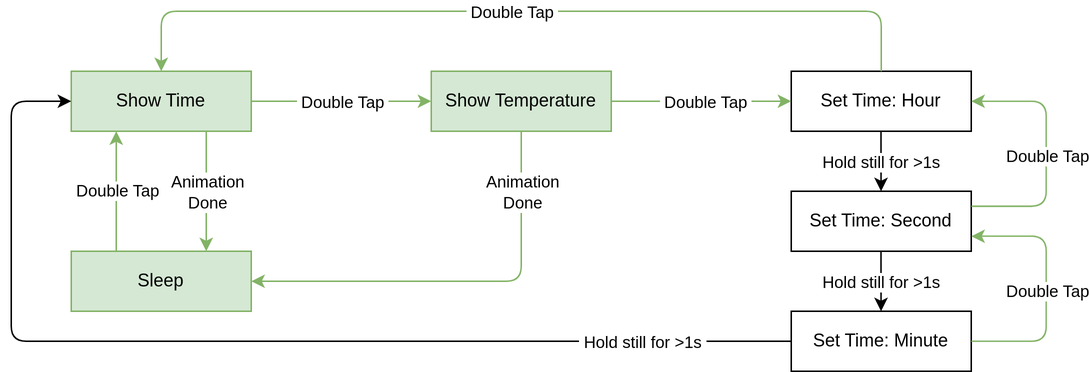
The draw.io diagram software/notes/states.png in kantholz44mm/led_watch, before a commit. Source tidied: cells renumbered, new cells last; positions are measured from the earlier drawing's top-left corner, leaving out a move shared by most shapes.
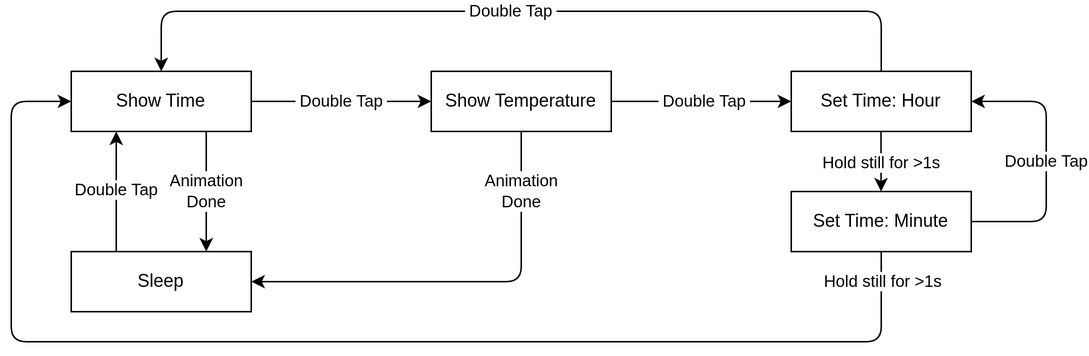
The same diagram one commit later.

The edit, as a diff of the source:
```diff
@@ -2,22 +2,19 @@
   <root>
     <mxCell id="0" />
     <mxCell id="1" parent="0" />
-    <mxCell id="2" value="Sleep" style="rounded=0;whiteSpace=wrap;html=1;fillColor=#d5e8d4;strokeColor=#82b366;" parent="1" vertex="1">
+    <mxCell id="2" value="Sleep" style="rounded=0;whiteSpace=wrap;html=1;" parent="1" vertex="1">
       <mxGeometry x="40" y="160" width="120" height="40" as="geometry" />
     </mxCell>
-    <mxCell id="3" value="Show Time" style="rounded=0;whiteSpace=wrap;html=1;fillColor=#d5e8d4;strokeColor=#82b366;" parent="1" vertex="1">
+    <mxCell id="3" value="Show Time" style="rounded=0;whiteSpace=wrap;html=1;" parent="1" vertex="1">
       <mxGeometry x="40" y="40" width="120" height="40" as="geometry" />
     </mxCell>
     <mxCell id="4" value="Set Time: Hour" style="rounded=0;whiteSpace=wrap;html=1;" parent="1" vertex="1">
       <mxGeometry x="520" y="40" width="120" height="40" as="geometry" />
     </mxCell>
     <mxCell id="5" value="Set Time: Minute" style="rounded=0;whiteSpace=wrap;html=1;" parent="1" vertex="1">
-      <mxGeometry x="520" y="200" width="120" height="40" as="geometry" />
+      <mxGeometry x="520" y="120" width="120" height="40" as="geometry" />
     </mxCell>
-    <mxCell id="6" value="Set Time: Second" style="rounded=0;whiteSpace=wrap;html=1;" parent="1" vertex="1">
-      <mxGeometry x="520" y="120" width="120" height="40" as="geometry" />
-    </mxCell>
-    <mxCell id="7" style="endArrow=classic;html=1;exitX=0.5;exitY=0;exitDx=0;exitDy=0;entryX=0.5;entryY=1;entryDx=0;entryDy=0;fillColor=#d5e8d4;strokeColor=#82b366;" parent="1" edge="1">
+    <mxCell id="7" style="endArrow=classic;html=1;exitX=0.5;exitY=0;exitDx=0;exitDy=0;entryX=0.5;entryY=1;entryDx=0;entryDy=0;" parent="1" edge="1">
       <mxGeometry relative="1" as="geometry">
         <mxPoint x="70" y="160" as="sourcePoint" />
         <mxPoint x="70" y="80" as="targetPoint" />
@@ -26,7 +23,7 @@
     <mxCell id="8" value="Double Tap" style="edgeLabel;html=1;align=center;verticalAlign=middle;" parent="7" vertex="1">
       <mxGeometry x="0.03" relative="1" as="geometry" />
     </mxCell>
-    <mxCell id="9" style="endArrow=classic;html=1;exitX=1;exitY=0.5;exitDx=0;exitDy=0;entryX=0;entryY=0.5;entryDx=0;entryDy=0;fillColor=#d5e8d4;strokeColor=#82b366;" parent="1" edge="1" source="21" target="4">
+    <mxCell id="9" style="endArrow=classic;html=1;exitX=1;exitY=0.5;exitDx=0;exitDy=0;entryX=0;entryY=0.5;entryDx=0;entryDy=0;" parent="1" edge="1" source="21" target="4">
       <mxGeometry relative="1" as="geometry" />
     </mxCell>
     <mxCell id="10" value="&amp;nbsp;Double Tap&amp;nbsp;" style="edgeLabel;html=1;align=center;verticalAlign=middle;" parent="9" vertex="1">
@@ -41,10 +38,10 @@
     <mxCell id="12" value="Hold still for &amp;gt;1s" style="edgeLabel;html=1;align=center;verticalAlign=middle;" parent="11" vertex="1">
       <mxGeometry x="0.03" relative="1" as="geometry" />
     </mxCell>
-    <mxCell id="13" style="endArrow=classic;html=1;entryX=1;entryY=0.5;entryDx=0;entryDy=0;rounded=1;curved=0;exitX=1;exitY=0.25;exitDx=0;exitDy=0;fillColor=#d5e8d4;strokeColor=#82b366;" parent="1" edge="1" source="6" target="4">
+    <mxCell id="13" style="endArrow=classic;html=1;entryX=1;entryY=0.5;entryDx=0;entryDy=0;rounded=1;curved=0;exitX=1;exitY=0.5;exitDx=0;exitDy=0;" parent="1" edge="1" source="5" target="4">
       <mxGeometry relative="1" as="geometry">
         <Array as="points">
-          <mxPoint x="690" y="130" />
+          <mxPoint x="690" y="140" />
           <mxPoint x="690" y="60" />
         </Array>
       </mxGeometry>
@@ -54,16 +51,7 @@
         <mxPoint x="9" y="23" as="offset" />
       </mxGeometry>
     </mxCell>
-    <mxCell id="15" style="endArrow=classic;html=1;exitX=1;exitY=0.5;exitDx=0;exitDy=0;entryX=0.667;entryY=0;entryDx=0;entryDy=0;entryPerimeter=0;" parent="1" edge="1">
-      <mxGeometry relative="1" as="geometry">
-        <mxPoint x="579.8" y="160" as="sourcePoint" />
-        <mxPoint x="579.9" y="200" as="targetPoint" />
-      </mxGeometry>
-    </mxCell>
-    <mxCell id="16" value="Hold still for &amp;gt;1s" style="edgeLabel;html=1;align=center;verticalAlign=middle;" parent="15" vertex="1">
-      <mxGeometry x="0.03" relative="1" as="geometry" />
-    </mxCell>
-    <mxCell id="17" style="endArrow=classic;html=1;rounded=1;curved=0;exitX=0.5;exitY=0;exitDx=0;exitDy=0;entryX=0.5;entryY=0;entryDx=0;entryDy=0;fillColor=#d5e8d4;strokeColor=#82b366;" parent="1" edge="1" source="4" target="3">
+    <mxCell id="17" style="endArrow=classic;html=1;rounded=1;curved=0;exitX=0.5;exitY=0;exitDx=0;exitDy=0;entryX=0.5;entryY=0;entryDx=0;entryDy=0;" parent="1" edge="1" source="4" target="3">
       <mxGeometry relative="1" as="geometry">
         <Array as="points">
           <mxPoint x="580" />
@@ -76,7 +64,7 @@
         <mxPoint x="66" y="-9" as="offset" />
       </mxGeometry>
     </mxCell>
-    <mxCell id="19" style="endArrow=classic;html=1;exitX=1;exitY=0.5;exitDx=0;exitDy=0;entryX=0;entryY=0.5;entryDx=0;entryDy=0;fillColor=#d5e8d4;strokeColor=#82b366;" parent="1" edge="1" source="3" target="21">
+    <mxCell id="19" style="endArrow=classic;html=1;exitX=1;exitY=0.5;exitDx=0;exitDy=0;entryX=0;entryY=0.5;entryDx=0;entryDy=0;" parent="1" edge="1" source="3" target="21">
       <mxGeometry relative="1" as="geometry" />
     </mxCell>
     <mxCell id="20" value="&amp;nbsp;Double Tap&amp;nbsp;" style="edgeLabel;html=1;align=center;verticalAlign=middle;" parent="19" vertex="1">
@@ -84,10 +72,10 @@
         <mxPoint x="-2" as="offset" />
       </mxGeometry>
     </mxCell>
-    <mxCell id="21" value="Show Temperature" style="rounded=0;whiteSpace=wrap;html=1;fillColor=#d5e8d4;strokeColor=#82b366;" parent="1" vertex="1">
+    <mxCell id="21" value="Show Temperature" style="rounded=0;whiteSpace=wrap;html=1;" parent="1" vertex="1">
       <mxGeometry x="280" y="40" width="120" height="40" as="geometry" />
     </mxCell>
-    <mxCell id="22" style="endArrow=classic;html=1;exitX=0.5;exitY=1;exitDx=0;exitDy=0;entryX=1;entryY=0.5;entryDx=0;entryDy=0;fillColor=#d5e8d4;strokeColor=#82b366;" parent="1" edge="1" source="21" target="2">
+    <mxCell id="22" style="endArrow=classic;html=1;exitX=0.5;exitY=1;exitDx=0;exitDy=0;entryX=1;entryY=0.5;entryDx=0;entryDy=0;" parent="1" edge="1" source="21" target="2">
       <mxGeometry relative="1" as="geometry">
         <Array as="points">
           <mxPoint x="340" y="180" />
@@ -99,7 +87,7 @@
         <mxPoint x="30" y="-59" as="offset" />
       </mxGeometry>
     </mxCell>
-    <mxCell id="24" style="endArrow=classic;html=1;exitX=0.5;exitY=1;exitDx=0;exitDy=0;entryX=0.75;entryY=0;entryDx=0;entryDy=0;fillColor=#d5e8d4;strokeColor=#82b366;" parent="1" edge="1" target="2">
+    <mxCell id="24" style="endArrow=classic;html=1;exitX=0.5;exitY=1;exitDx=0;exitDy=0;entryX=0.75;entryY=0;entryDx=0;entryDy=0;" parent="1" edge="1" target="2">
       <mxGeometry relative="1" as="geometry">
         <mxPoint x="130" y="80" as="sourcePoint" />
       </mxGeometry>
@@ -109,9 +97,10 @@
         <mxPoint y="6" as="offset" />
       </mxGeometry>
     </mxCell>
-    <mxCell id="26" style="endArrow=classic;html=1;exitX=0;exitY=0.5;exitDx=0;exitDy=0;entryX=0;entryY=0.5;entryDx=0;entryDy=0;" parent="1" edge="1" source="5" target="3">
+    <mxCell id="26" style="endArrow=classic;html=1;exitX=0.5;exitY=1;exitDx=0;exitDy=0;entryX=0;entryY=0.5;entryDx=0;entryDy=0;" parent="1" edge="1" source="5" target="3">
       <mxGeometry relative="1" as="geometry">
         <Array as="points">
+          <mxPoint x="580" y="220" />
           <mxPoint y="220" />
           <mxPoint y="60" />
         </Array>
@@ -119,22 +108,8 @@
     </mxCell>
     <mxCell id="27" value="&amp;nbsp;Hold still for &amp;gt;1s&amp;nbsp;" style="edgeLabel;html=1;align=center;verticalAlign=middle;" parent="26" vertex="1">
       <mxGeometry x="-0.16" relative="1" as="geometry">
-        <mxPoint x="203" as="offset" />
+        <mxPoint x="294" y="-40" as="offset" />
       </mxGeometry>
     </mxCell>
-    <mxCell id="28" style="endArrow=classic;html=1;entryX=1;entryY=0.75;entryDx=0;entryDy=0;rounded=1;curved=0;fillColor=#d5e8d4;strokeColor=#82b366;" parent="1" edge="1" target="6">
-      <mxGeometry relative="1" as="geometry">
-        <mxPoint x="640" y="220" as="sourcePoint" />
-        <Array as="points">
-          <mxPoint x="690" y="220" />
-          <mxPoint x="690" y="150" />
-        </Array>
-      </mxGeometry>
-    </mxCell>
-    <mxCell id="29" value="Double Tap" style="edgeLabel;html=1;align=center;verticalAlign=middle;" parent="28" vertex="1">
-      <mxGeometry x="0.26" y="9" relative="1" as="geometry">
-        <mxPoint x="9" y="23" as="offset" />
-      </mxGeometry>
-    </mxCell>
   </root>
 </mxGraphModel>
```
